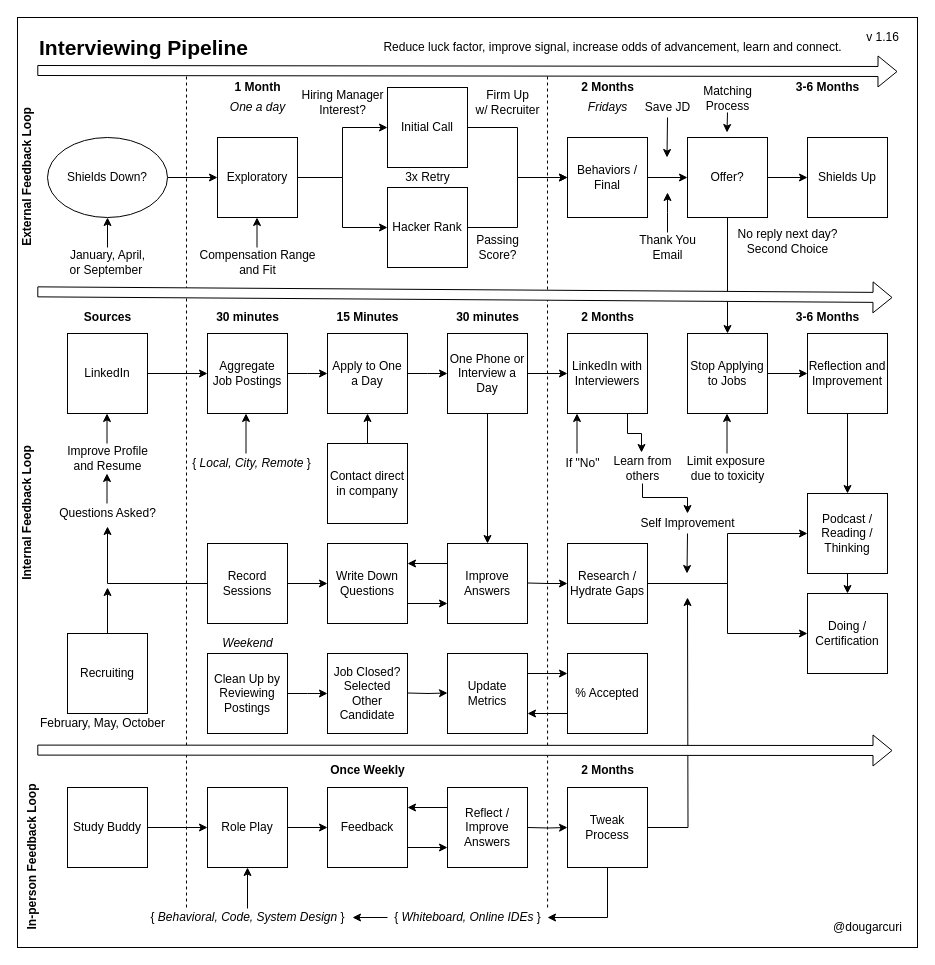
This is interviews/diagrams/interviewing-pipeline.drawio from solidi/learning-notes, a draw.io file, before an edit. Source tidied: cells renumbered, new cells numbered last; positions are measured from the earlier drawing's top-left corner, leaving out a move shared by most shapes. Both pictures are drawn from the tidied source at 100%, with x=0, y=0 at pixel (-48, 17).
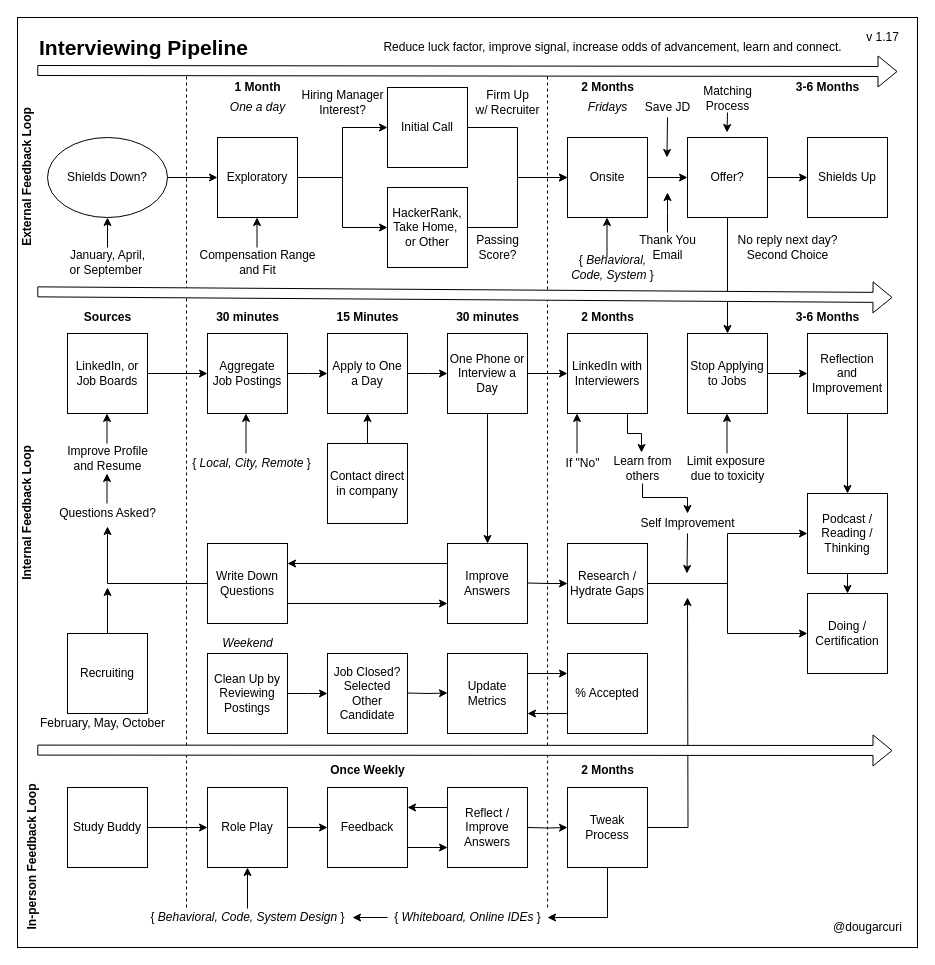
The same page after the edit.

Commit message (it also covers changes not shown here):
Updates to interview process by improving blog post

Unchanged cells that the change refers to:
```xml
<mxCell id="67" value="Questions Asked?" style="text;html=1;align=center;verticalAlign=middle;points=[];" parent="1" vertex="1">
  <mxGeometry x="100" y="486" width="110" height="20" as="geometry" />
</mxCell>
```

Diff of the diagram source:
```diff
@@
-    <mxCell id="11" value="Behaviors / Final" style="whiteSpace=wrap;html=1;" parent="1" vertex="1">
+    <mxCell id="11" value="Onsite" style="whiteSpace=wrap;html=1;" parent="1" vertex="1">
       <mxGeometry x="615" y="120" width="80" height="80" as="geometry" />
     </mxCell>
@@
-    <mxCell id="17" style="edgeStyle=orthogonalEdgeStyle;rounded=0;jettySize=auto;html=1;exitX=1;exitY=0.5;exitDx=0;exitDy=0;entryX=0;entryY=0.5;entryDx=0;entryDy=0;" parent="1" edge="1" source="19" target="33">
-      <mxGeometry relative="1" as="geometry" />
-    </mxCell>
-    <mxCell id="18" style="edgeStyle=orthogonalEdgeStyle;rounded=0;jettySize=auto;html=1;exitX=0;exitY=0.5;exitDx=0;exitDy=0;entryX=0.5;entryY=1.15;entryDx=0;entryDy=0;entryPerimeter=0;" parent="1" edge="1" source="19" target="67">
+    <mxCell id="18" style="edgeStyle=orthogonalEdgeStyle;rounded=0;jettySize=auto;html=1;exitX=0;exitY=0.5;exitDx=0;exitDy=0;entryX=0.5;entryY=1.15;entryDx=0;entryDy=0;entryPerimeter=0;" parent="1" edge="1" source="33" target="67">
       <mxGeometry relative="1" as="geometry" />
     </mxCell>
-    <mxCell id="19" value="Record Sessions" style="whiteSpace=wrap;html=1;" parent="1" vertex="1">
-      <mxGeometry x="255" y="526" width="80" height="80" as="geometry" />
-    </mxCell>
@@
-    <mxCell id="29" value="Hacker Rank" style="whiteSpace=wrap;html=1;" parent="1" vertex="1">
+    <mxCell id="29" value="HackerRank,&lt;br&gt;Take Home,&amp;nbsp;&lt;br&gt;or Other" style="whiteSpace=wrap;html=1;" parent="1" vertex="1">
       <mxGeometry x="435" y="170" width="80" height="80" as="geometry" />
     </mxCell>
@@
     <mxCell id="33" value="Write Down Questions" style="whiteSpace=wrap;html=1;" parent="1" vertex="1">
-      <mxGeometry x="375" y="526" width="80" height="80" as="geometry" />
+      <mxGeometry x="255" y="526" width="80" height="80" as="geometry" />
     </mxCell>
@@
-    <mxCell id="37" value="LinkedIn" style="whiteSpace=wrap;html=1;" parent="1" vertex="1">
+    <mxCell id="37" value="LinkedIn, or Job Boards" style="whiteSpace=wrap;html=1;" parent="1" vertex="1">
       <mxGeometry x="115" y="316" width="80" height="80" as="geometry" />
     </mxCell>
@@
-    <mxCell id="49" value="v 1.16" style="text;html=1;align=center;verticalAlign=middle;" parent="1" vertex="1">
+    <mxCell id="49" value="v 1.17" style="text;html=1;align=center;verticalAlign=middle;" parent="1" vertex="1">
       <mxGeometry x="905" y="10" width="50" height="20" as="geometry" />
     </mxCell>
@@
-    <mxCell id="116" value="3x Retry" style="text;html=1;align=center;verticalAlign=middle;" parent="1" vertex="1">
-      <mxGeometry x="445" y="150" width="60" height="20" as="geometry" />
-    </mxCell>
@@
     <mxCell id="124" value="No reply next day?&lt;br&gt;Second Choice" style="text;html=1;align=center;verticalAlign=middle;" parent="1" vertex="1">
-      <mxGeometry x="775" y="209" width="120" height="30" as="geometry" />
+      <mxGeometry x="775" y="215" width="120" height="30" as="geometry" />
     </mxCell>
@@
-    <mxCell id="128" value="Reflection and Improvement" style="whiteSpace=wrap;html=1;" parent="1" vertex="1">
+    <mxCell id="128" value="Reflection&lt;br&gt;and Improvement" style="whiteSpace=wrap;html=1;" parent="1" vertex="1">
       <mxGeometry x="855" y="316" width="80" height="80" as="geometry" />
     </mxCell>
@@
+    <mxCell id="131" style="endArrow=classic;html=1;" parent="1" edge="1">
+      <mxGeometry relative="1" as="geometry">
+        <mxPoint x="654.5" y="240" as="sourcePoint" />
+        <mxPoint x="654.5" y="200" as="targetPoint" />
+      </mxGeometry>
+    </mxCell>
+    <mxCell id="132" value="{&amp;nbsp;&lt;i&gt;Behavioral, &lt;br&gt;Code, System&amp;nbsp;&lt;/i&gt;}" style="text;html=1;align=center;verticalAlign=middle;" parent="1" vertex="1">
+      <mxGeometry x="610" y="235" width="100" height="30" as="geometry" />
+    </mxCell>
```
